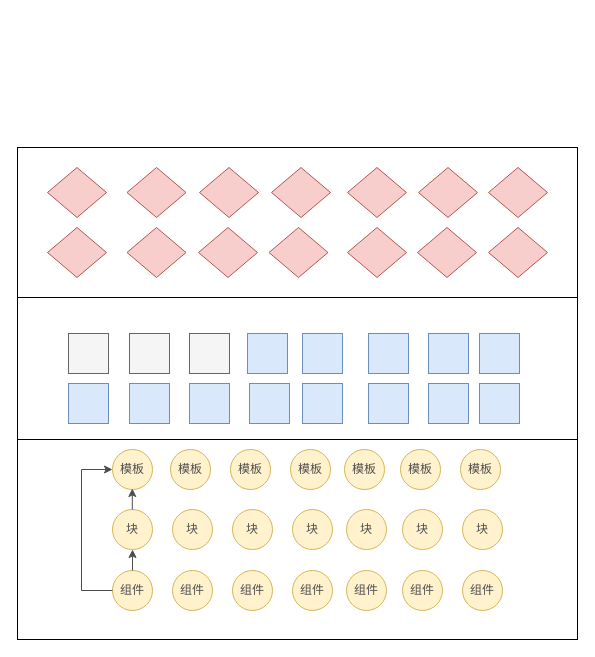
Above: 低代码—预期项目架构.drawio in tangyaosimida/love (draw.io), before the change. Source tidied: cells renumbered, new cells numbered last; positions are measured from the earlier drawing's top-left corner, leaving out a move shared by most shapes. Both pictures are drawn from the tidied source at 100%, with x=0, y=0 at pixel (17, 147).
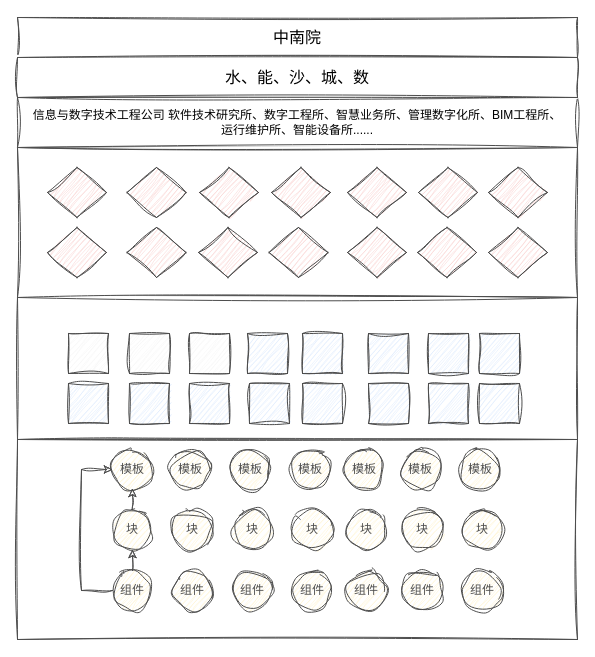
Above is the later version.

Commit message (it also covers changes not shown here):
更新低代码—预期项目架构.drawio

The edit, as a diff of the source:
```diff
@@
-    <mxCell id="2" style="rounded=0;whiteSpace=wrap;html=1;" parent="1" vertex="1">
+    <mxCell id="2" style="rounded=0;whiteSpace=wrap;html=1;strokeColor=#4D4D4D;sketch=1;curveFitting=1;jiggle=2;" parent="1" vertex="1">
       <mxGeometry y="292" width="560" height="200" as="geometry" />
     </mxCell>
-    <mxCell id="3" style="rounded=0;whiteSpace=wrap;html=1;" parent="1" vertex="1">
+    <mxCell id="3" style="rounded=0;whiteSpace=wrap;html=1;strokeColor=#4D4D4D;sketch=1;curveFitting=1;jiggle=2;" parent="1" vertex="1">
       <mxGeometry width="560" height="150" as="geometry" />
     </mxCell>
-    <mxCell id="4" style="rounded=0;whiteSpace=wrap;html=1;" parent="1" vertex="1">
+    <mxCell id="4" style="rounded=0;whiteSpace=wrap;html=1;strokeColor=#4D4D4D;sketch=1;curveFitting=1;jiggle=2;" parent="1" vertex="1">
       <mxGeometry y="150" width="560" height="142" as="geometry" />
     </mxCell>
-    <mxCell id="5" value="组件" style="ellipse;whiteSpace=wrap;html=1;fillColor=#fff2cc;strokeColor=#d6b656;fontColor=#4D4D4D;" parent="1" vertex="1">
+    <mxCell id="5" value="组件" style="ellipse;whiteSpace=wrap;html=1;fillColor=#fff2cc;strokeColor=#4D4D4D;fontColor=#4D4D4D;sketch=1;curveFitting=1;jiggle=2;" parent="1" vertex="1">
       <mxGeometry x="95" y="423" width="40" height="40" as="geometry" />
     </mxCell>
-    <mxCell id="6" value="组件" style="ellipse;whiteSpace=wrap;html=1;fillColor=#fff2cc;strokeColor=#d6b656;fontColor=#4D4D4D;" parent="1" vertex="1">
+    <mxCell id="6" value="组件" style="ellipse;whiteSpace=wrap;html=1;fillColor=#fff2cc;strokeColor=#4D4D4D;fontColor=#4D4D4D;sketch=1;curveFitting=1;jiggle=2;" parent="1" vertex="1">
       <mxGeometry x="155" y="423" width="40" height="40" as="geometry" />
     </mxCell>
-    <mxCell id="7" value="组件" style="ellipse;whiteSpace=wrap;html=1;fillColor=#fff2cc;strokeColor=#d6b656;fontColor=#4D4D4D;" parent="1" vertex="1">
+    <mxCell id="7" value="组件" style="ellipse;whiteSpace=wrap;html=1;fillColor=#fff2cc;strokeColor=#4D4D4D;fontColor=#4D4D4D;sketch=1;curveFitting=1;jiggle=2;" parent="1" vertex="1">
       <mxGeometry x="215" y="423" width="40" height="40" as="geometry" />
     </mxCell>
-    <mxCell id="8" value="组件" style="ellipse;whiteSpace=wrap;html=1;fillColor=#fff2cc;strokeColor=#d6b656;fontColor=#4D4D4D;" parent="1" vertex="1">
+    <mxCell id="8" value="组件" style="ellipse;whiteSpace=wrap;html=1;fillColor=#fff2cc;strokeColor=#4D4D4D;fontColor=#4D4D4D;sketch=1;curveFitting=1;jiggle=2;" parent="1" vertex="1">
       <mxGeometry x="275" y="423" width="40" height="40" as="geometry" />
     </mxCell>
-    <mxCell id="9" value="组件" style="ellipse;whiteSpace=wrap;html=1;fillColor=#fff2cc;strokeColor=#d6b656;fontColor=#4D4D4D;" parent="1" vertex="1">
+    <mxCell id="9" value="组件" style="ellipse;whiteSpace=wrap;html=1;fillColor=#fff2cc;strokeColor=#4D4D4D;fontColor=#4D4D4D;sketch=1;curveFitting=1;jiggle=2;" parent="1" vertex="1">
       <mxGeometry x="329" y="423" width="40" height="40" as="geometry" />
     </mxCell>
-    <mxCell id="10" value="组件" style="ellipse;whiteSpace=wrap;html=1;fillColor=#fff2cc;strokeColor=#d6b656;fontColor=#4D4D4D;" parent="1" vertex="1">
+    <mxCell id="10" value="组件" style="ellipse;whiteSpace=wrap;html=1;fillColor=#fff2cc;strokeColor=#4D4D4D;fontColor=#4D4D4D;sketch=1;curveFitting=1;jiggle=2;" parent="1" vertex="1">
       <mxGeometry x="385" y="423" width="40" height="40" as="geometry" />
     </mxCell>
-    <mxCell id="11" value="组件" style="ellipse;whiteSpace=wrap;html=1;fillColor=#fff2cc;strokeColor=#d6b656;fontColor=#4D4D4D;" parent="1" vertex="1">
+    <mxCell id="11" value="组件" style="ellipse;whiteSpace=wrap;html=1;fillColor=#fff2cc;strokeColor=#4D4D4D;fontColor=#4D4D4D;sketch=1;curveFitting=1;jiggle=2;" parent="1" vertex="1">
       <mxGeometry x="445" y="423" width="40" height="40" as="geometry" />
     </mxCell>
-    <mxCell id="12" value="块" style="ellipse;whiteSpace=wrap;html=1;fillColor=#fff2cc;strokeColor=#d6b656;fontColor=#4D4D4D;" parent="1" vertex="1">
+    <mxCell id="12" value="块" style="ellipse;whiteSpace=wrap;html=1;fillColor=#fff2cc;strokeColor=#4D4D4D;fontColor=#4D4D4D;sketch=1;curveFitting=1;jiggle=2;" parent="1" vertex="1">
       <mxGeometry x="95" y="362" width="40" height="40" as="geometry" />
     </mxCell>
-    <mxCell id="13" value="块" style="ellipse;whiteSpace=wrap;html=1;fillColor=#fff2cc;strokeColor=#d6b656;fontColor=#4D4D4D;" parent="1" vertex="1">
+    <mxCell id="13" value="块" style="ellipse;whiteSpace=wrap;html=1;fillColor=#fff2cc;strokeColor=#4D4D4D;fontColor=#4D4D4D;sketch=1;curveFitting=1;jiggle=2;" parent="1" vertex="1">
       <mxGeometry x="155" y="362" width="40" height="40" as="geometry" />
     </mxCell>
-    <mxCell id="14" value="块" style="ellipse;whiteSpace=wrap;html=1;fillColor=#fff2cc;strokeColor=#d6b656;fontColor=#4D4D4D;" parent="1" vertex="1">
+    <mxCell id="14" value="块" style="ellipse;whiteSpace=wrap;html=1;fillColor=#fff2cc;strokeColor=#4D4D4D;fontColor=#4D4D4D;sketch=1;curveFitting=1;jiggle=2;" parent="1" vertex="1">
       <mxGeometry x="215" y="362" width="40" height="40" as="geometry" />
     </mxCell>
-    <mxCell id="15" value="块" style="ellipse;whiteSpace=wrap;html=1;fillColor=#fff2cc;strokeColor=#d6b656;fontColor=#4D4D4D;" parent="1" vertex="1">
+    <mxCell id="15" value="块" style="ellipse;whiteSpace=wrap;html=1;fillColor=#fff2cc;strokeColor=#4D4D4D;fontColor=#4D4D4D;sketch=1;curveFitting=1;jiggle=2;" parent="1" vertex="1">
       <mxGeometry x="275" y="362" width="40" height="40" as="geometry" />
     </mxCell>
-    <mxCell id="16" value="块" style="ellipse;whiteSpace=wrap;html=1;fillColor=#fff2cc;strokeColor=#d6b656;fontColor=#4D4D4D;" parent="1" vertex="1">
+    <mxCell id="16" value="块" style="ellipse;whiteSpace=wrap;html=1;fillColor=#fff2cc;strokeColor=#4D4D4D;fontColor=#4D4D4D;sketch=1;curveFitting=1;jiggle=2;" parent="1" vertex="1">
       <mxGeometry x="329" y="362" width="40" height="40" as="geometry" />
     </mxCell>
-    <mxCell id="17" value="块" style="ellipse;whiteSpace=wrap;html=1;fillColor=#fff2cc;strokeColor=#d6b656;fontColor=#4D4D4D;" parent="1" vertex="1">
+    <mxCell id="17" value="块" style="ellipse;whiteSpace=wrap;html=1;fillColor=#fff2cc;strokeColor=#4D4D4D;fontColor=#4D4D4D;sketch=1;curveFitting=1;jiggle=2;" parent="1" vertex="1">
       <mxGeometry x="385" y="362" width="40" height="40" as="geometry" />
     </mxCell>
-    <mxCell id="18" value="块" style="ellipse;whiteSpace=wrap;html=1;fillColor=#fff2cc;strokeColor=#d6b656;fontColor=#4D4D4D;" parent="1" vertex="1">
+    <mxCell id="18" value="块" style="ellipse;whiteSpace=wrap;html=1;fillColor=#fff2cc;strokeColor=#4D4D4D;fontColor=#4D4D4D;sketch=1;curveFitting=1;jiggle=2;" parent="1" vertex="1">
       <mxGeometry x="445" y="362" width="40" height="40" as="geometry" />
     </mxCell>
-    <mxCell id="19" value="模板" style="ellipse;whiteSpace=wrap;html=1;fillColor=#fff2cc;strokeColor=#d6b656;fontColor=#4D4D4D;" parent="1" vertex="1">
+    <mxCell id="19" value="模板" style="ellipse;whiteSpace=wrap;html=1;fillColor=#fff2cc;strokeColor=#4D4D4D;fontColor=#4D4D4D;sketch=1;curveFitting=1;jiggle=2;" parent="1" vertex="1">
       <mxGeometry x="95" y="302" width="40" height="40" as="geometry" />
     </mxCell>
-    <mxCell id="20" value="模板" style="ellipse;whiteSpace=wrap;html=1;fillColor=#fff2cc;strokeColor=#d6b656;fontColor=#4D4D4D;" parent="1" vertex="1">
+    <mxCell id="20" value="模板" style="ellipse;whiteSpace=wrap;html=1;fillColor=#fff2cc;strokeColor=#4D4D4D;fontColor=#4D4D4D;sketch=1;curveFitting=1;jiggle=2;" parent="1" vertex="1">
       <mxGeometry x="153" y="302" width="40" height="40" as="geometry" />
     </mxCell>
-    <mxCell id="21" value="模板" style="ellipse;whiteSpace=wrap;html=1;fillColor=#fff2cc;strokeColor=#d6b656;fontColor=#4D4D4D;" parent="1" vertex="1">
+    <mxCell id="21" value="模板" style="ellipse;whiteSpace=wrap;html=1;fillColor=#fff2cc;strokeColor=#4D4D4D;fontColor=#4D4D4D;sketch=1;curveFitting=1;jiggle=2;" parent="1" vertex="1">
       <mxGeometry x="213" y="302" width="40" height="40" as="geometry" />
     </mxCell>
-    <mxCell id="22" value="模板" style="ellipse;whiteSpace=wrap;html=1;fillColor=#fff2cc;strokeColor=#d6b656;fontColor=#4D4D4D;" parent="1" vertex="1">
+    <mxCell id="22" value="模板" style="ellipse;whiteSpace=wrap;html=1;fillColor=#fff2cc;strokeColor=#4D4D4D;fontColor=#4D4D4D;sketch=1;curveFitting=1;jiggle=2;" parent="1" vertex="1">
       <mxGeometry x="273" y="302" width="40" height="40" as="geometry" />
     </mxCell>
-    <mxCell id="23" value="模板" style="ellipse;whiteSpace=wrap;html=1;fillColor=#fff2cc;strokeColor=#d6b656;fontColor=#4D4D4D;" parent="1" vertex="1">
+    <mxCell id="23" value="模板" style="ellipse;whiteSpace=wrap;html=1;fillColor=#fff2cc;strokeColor=#4D4D4D;fontColor=#4D4D4D;sketch=1;curveFitting=1;jiggle=2;" parent="1" vertex="1">
       <mxGeometry x="327" y="302" width="40" height="40" as="geometry" />
     </mxCell>
-    <mxCell id="24" value="模板" style="ellipse;whiteSpace=wrap;html=1;fillColor=#fff2cc;strokeColor=#d6b656;fontColor=#4D4D4D;" parent="1" vertex="1">
+    <mxCell id="24" value="模板" style="ellipse;whiteSpace=wrap;html=1;fillColor=#fff2cc;strokeColor=#4D4D4D;fontColor=#4D4D4D;sketch=1;curveFitting=1;jiggle=2;" parent="1" vertex="1">
       <mxGeometry x="383" y="302" width="40" height="40" as="geometry" />
     </mxCell>
-    <mxCell id="25" value="模板" style="ellipse;whiteSpace=wrap;html=1;fillColor=#fff2cc;strokeColor=#d6b656;fontColor=#4D4D4D;" parent="1" vertex="1">
+    <mxCell id="25" value="模板" style="ellipse;whiteSpace=wrap;html=1;fillColor=#fff2cc;strokeColor=#4D4D4D;fontColor=#4D4D4D;sketch=1;curveFitting=1;jiggle=2;" parent="1" vertex="1">
       <mxGeometry x="443" y="302" width="40" height="40" as="geometry" />
     </mxCell>
-    <mxCell id="26" style="whiteSpace=wrap;html=1;fillColor=#f5f5f5;fontColor=#333333;strokeColor=#666666;" parent="1" vertex="1">
+    <mxCell id="26" style="whiteSpace=wrap;html=1;fillColor=#f5f5f5;fontColor=#333333;strokeColor=#4D4D4D;sketch=1;curveFitting=1;jiggle=2;" parent="1" vertex="1">
       <mxGeometry x="51" y="186" width="40" height="40" as="geometry" />
     </mxCell>
-    <mxCell id="27" style="whiteSpace=wrap;html=1;fillColor=#f5f5f5;fontColor=#333333;strokeColor=#666666;" parent="1" vertex="1">
+    <mxCell id="27" style="whiteSpace=wrap;html=1;fillColor=#f5f5f5;fontColor=#333333;strokeColor=#4D4D4D;sketch=1;curveFitting=1;jiggle=2;" parent="1" vertex="1">
       <mxGeometry x="112" y="186" width="40" height="40" as="geometry" />
     </mxCell>
-    <mxCell id="28" style="whiteSpace=wrap;html=1;fillColor=#f5f5f5;fontColor=#333333;strokeColor=#666666;" parent="1" vertex="1">
+    <mxCell id="28" style="whiteSpace=wrap;html=1;fillColor=#f5f5f5;fontColor=#333333;strokeColor=#4D4D4D;sketch=1;curveFitting=1;jiggle=2;" parent="1" vertex="1">
       <mxGeometry x="172" y="186" width="40" height="40" as="geometry" />
     </mxCell>
-    <mxCell id="29" style="whiteSpace=wrap;html=1;fillColor=#dae8fc;strokeColor=#6c8ebf;" parent="1" vertex="1">
+    <mxCell id="29" style="whiteSpace=wrap;html=1;fillColor=#dae8fc;strokeColor=#4D4D4D;sketch=1;curveFitting=1;jiggle=2;" parent="1" vertex="1">
       <mxGeometry x="230" y="186" width="40" height="40" as="geometry" />
     </mxCell>
-    <mxCell id="30" style="whiteSpace=wrap;html=1;fillColor=#dae8fc;strokeColor=#6c8ebf;" parent="1" vertex="1">
+    <mxCell id="30" style="whiteSpace=wrap;html=1;fillColor=#dae8fc;strokeColor=#4D4D4D;sketch=1;curveFitting=1;jiggle=2;" parent="1" vertex="1">
       <mxGeometry x="285" y="186" width="40" height="40" as="geometry" />
     </mxCell>
-    <mxCell id="31" style="whiteSpace=wrap;html=1;fillColor=#dae8fc;strokeColor=#6c8ebf;" parent="1" vertex="1">
+    <mxCell id="31" style="whiteSpace=wrap;html=1;fillColor=#dae8fc;strokeColor=#4D4D4D;sketch=1;curveFitting=1;jiggle=2;" parent="1" vertex="1">
       <mxGeometry x="351" y="186" width="40" height="40" as="geometry" />
     </mxCell>
-    <mxCell id="32" style="whiteSpace=wrap;html=1;fillColor=#dae8fc;strokeColor=#6c8ebf;" parent="1" vertex="1">
+    <mxCell id="32" style="whiteSpace=wrap;html=1;fillColor=#dae8fc;strokeColor=#4D4D4D;sketch=1;curveFitting=1;jiggle=2;" parent="1" vertex="1">
       <mxGeometry x="411" y="186" width="40" height="40" as="geometry" />
     </mxCell>
-    <mxCell id="33" style="whiteSpace=wrap;html=1;fillColor=#dae8fc;strokeColor=#6c8ebf;" parent="1" vertex="1">
+    <mxCell id="33" style="whiteSpace=wrap;html=1;fillColor=#dae8fc;strokeColor=#4D4D4D;sketch=1;curveFitting=1;jiggle=2;" parent="1" vertex="1">
       <mxGeometry x="462" y="186" width="40" height="40" as="geometry" />
     </mxCell>
-    <mxCell id="34" style="whiteSpace=wrap;html=1;fillColor=#dae8fc;strokeColor=#6c8ebf;" parent="1" vertex="1">
+    <mxCell id="34" style="whiteSpace=wrap;html=1;fillColor=#dae8fc;strokeColor=#4D4D4D;sketch=1;curveFitting=1;jiggle=2;" parent="1" vertex="1">
       <mxGeometry x="51" y="236" width="40" height="40" as="geometry" />
     </mxCell>
-    <mxCell id="35" style="whiteSpace=wrap;html=1;fillColor=#dae8fc;strokeColor=#6c8ebf;" parent="1" vertex="1">
+    <mxCell id="35" style="whiteSpace=wrap;html=1;fillColor=#dae8fc;strokeColor=#4D4D4D;sketch=1;curveFitting=1;jiggle=2;" parent="1" vertex="1">
       <mxGeometry x="112" y="236" width="40" height="40" as="geometry" />
     </mxCell>
-    <mxCell id="36" style="whiteSpace=wrap;html=1;fillColor=#dae8fc;strokeColor=#6c8ebf;" parent="1" vertex="1">
+    <mxCell id="36" style="whiteSpace=wrap;html=1;fillColor=#dae8fc;strokeColor=#4D4D4D;sketch=1;curveFitting=1;jiggle=2;" parent="1" vertex="1">
       <mxGeometry x="172" y="236" width="40" height="40" as="geometry" />
     </mxCell>
-    <mxCell id="37" style="whiteSpace=wrap;html=1;fillColor=#dae8fc;strokeColor=#6c8ebf;" parent="1" vertex="1">
+    <mxCell id="37" style="whiteSpace=wrap;html=1;fillColor=#dae8fc;strokeColor=#4D4D4D;sketch=1;curveFitting=1;jiggle=2;" parent="1" vertex="1">
       <mxGeometry x="232" y="236" width="40" height="40" as="geometry" />
     </mxCell>
-    <mxCell id="38" style="whiteSpace=wrap;html=1;fillColor=#dae8fc;strokeColor=#6c8ebf;" parent="1" vertex="1">
+    <mxCell id="38" style="whiteSpace=wrap;html=1;fillColor=#dae8fc;strokeColor=#4D4D4D;sketch=1;curveFitting=1;jiggle=2;" parent="1" vertex="1">
       <mxGeometry x="285" y="236" width="40" height="40" as="geometry" />
     </mxCell>
-    <mxCell id="39" style="whiteSpace=wrap;html=1;fillColor=#dae8fc;strokeColor=#6c8ebf;" parent="1" vertex="1">
+    <mxCell id="39" style="whiteSpace=wrap;html=1;fillColor=#dae8fc;strokeColor=#4D4D4D;sketch=1;curveFitting=1;jiggle=2;" parent="1" vertex="1">
       <mxGeometry x="351" y="236" width="40" height="40" as="geometry" />
     </mxCell>
-    <mxCell id="40" style="whiteSpace=wrap;html=1;fillColor=#dae8fc;strokeColor=#6c8ebf;" parent="1" vertex="1">
+    <mxCell id="40" style="whiteSpace=wrap;html=1;fillColor=#dae8fc;strokeColor=#4D4D4D;sketch=1;curveFitting=1;jiggle=2;" parent="1" vertex="1">
       <mxGeometry x="411" y="236" width="40" height="40" as="geometry" />
     </mxCell>
-    <mxCell id="41" style="whiteSpace=wrap;html=1;fillColor=#dae8fc;strokeColor=#6c8ebf;" parent="1" vertex="1">
+    <mxCell id="41" style="whiteSpace=wrap;html=1;fillColor=#dae8fc;strokeColor=#4D4D4D;sketch=1;curveFitting=1;jiggle=2;" parent="1" vertex="1">
       <mxGeometry x="462" y="236" width="40" height="40" as="geometry" />
     </mxCell>
-    <mxCell id="42" style="rhombus;whiteSpace=wrap;html=1;fillColor=#f8cecc;strokeColor=#b85450;" parent="1" vertex="1">
+    <mxCell id="42" style="rhombus;whiteSpace=wrap;html=1;fillColor=#f8cecc;strokeColor=#4D4D4D;sketch=1;curveFitting=1;jiggle=2;" parent="1" vertex="1">
       <mxGeometry x="30" y="20" width="59" height="50" as="geometry" />
     </mxCell>
-    <mxCell id="43" style="rhombus;whiteSpace=wrap;html=1;fillColor=#f8cecc;strokeColor=#b85450;" parent="1" vertex="1">
+    <mxCell id="43" style="rhombus;whiteSpace=wrap;html=1;fillColor=#f8cecc;strokeColor=#4D4D4D;sketch=1;curveFitting=1;jiggle=2;" parent="1" vertex="1">
       <mxGeometry x="182" y="20" width="59" height="50" as="geometry" />
     </mxCell>
-    <mxCell id="44" style="rhombus;whiteSpace=wrap;html=1;fillColor=#f8cecc;strokeColor=#b85450;" parent="1" vertex="1">
+    <mxCell id="44" style="rhombus;whiteSpace=wrap;html=1;fillColor=#f8cecc;strokeColor=#4D4D4D;sketch=1;curveFitting=1;jiggle=2;" parent="1" vertex="1">
       <mxGeometry x="109.5" y="20" width="59" height="50" as="geometry" />
     </mxCell>
-    <mxCell id="45" style="rhombus;whiteSpace=wrap;html=1;fillColor=#f8cecc;strokeColor=#b85450;" parent="1" vertex="1">
+    <mxCell id="45" style="rhombus;whiteSpace=wrap;html=1;fillColor=#f8cecc;strokeColor=#4D4D4D;sketch=1;curveFitting=1;jiggle=2;" parent="1" vertex="1">
       <mxGeometry x="254" y="20" width="59" height="50" as="geometry" />
     </mxCell>
-    <mxCell id="46" style="rhombus;whiteSpace=wrap;html=1;fillColor=#f8cecc;strokeColor=#b85450;" parent="1" vertex="1">
+    <mxCell id="46" style="rhombus;whiteSpace=wrap;html=1;fillColor=#f8cecc;strokeColor=#4D4D4D;sketch=1;curveFitting=1;jiggle=2;" parent="1" vertex="1">
       <mxGeometry x="330" y="20" width="59" height="50" as="geometry" />
     </mxCell>
-    <mxCell id="47" style="rhombus;whiteSpace=wrap;html=1;fillColor=#f8cecc;strokeColor=#b85450;" parent="1" vertex="1">
+    <mxCell id="47" style="rhombus;whiteSpace=wrap;html=1;fillColor=#f8cecc;strokeColor=#4D4D4D;sketch=1;curveFitting=1;jiggle=2;" parent="1" vertex="1">
       <mxGeometry x="401" y="20" width="59" height="50" as="geometry" />
     </mxCell>
-    <mxCell id="48" style="rhombus;whiteSpace=wrap;html=1;fillColor=#f8cecc;strokeColor=#b85450;" parent="1" vertex="1">
+    <mxCell id="48" style="rhombus;whiteSpace=wrap;html=1;fillColor=#f8cecc;strokeColor=#4D4D4D;sketch=1;curveFitting=1;jiggle=2;" parent="1" vertex="1">
       <mxGeometry x="471" y="20" width="59" height="50" as="geometry" />
     </mxCell>
-    <mxCell id="49" style="rhombus;whiteSpace=wrap;html=1;fontStyle=1;fillColor=#f8cecc;strokeColor=#b85450;" parent="1" vertex="1">
+    <mxCell id="49" style="rhombus;whiteSpace=wrap;html=1;fontStyle=1;fillColor=#f8cecc;strokeColor=#4D4D4D;sketch=1;curveFitting=1;jiggle=2;" parent="1" vertex="1">
       <mxGeometry x="30" y="80" width="59" height="50" as="geometry" />
     </mxCell>
-    <mxCell id="50" style="rhombus;whiteSpace=wrap;html=1;fillColor=#f8cecc;strokeColor=#b85450;" parent="1" vertex="1">
+    <mxCell id="50" style="rhombus;whiteSpace=wrap;html=1;fillColor=#f8cecc;strokeColor=#4D4D4D;sketch=1;curveFitting=1;jiggle=2;" parent="1" vertex="1">
       <mxGeometry x="109.5" y="80" width="59" height="50" as="geometry" />
     </mxCell>
-    <mxCell id="51" style="rhombus;whiteSpace=wrap;html=1;fillColor=#f8cecc;strokeColor=#b85450;" parent="1" vertex="1">
+    <mxCell id="51" style="rhombus;whiteSpace=wrap;html=1;fillColor=#f8cecc;strokeColor=#4D4D4D;sketch=1;curveFitting=1;jiggle=2;" parent="1" vertex="1">
       <mxGeometry x="181" y="80" width="59" height="50" as="geometry" />
     </mxCell>
-    <mxCell id="52" style="rhombus;whiteSpace=wrap;html=1;fillColor=#f8cecc;strokeColor=#b85450;" parent="1" vertex="1">
+    <mxCell id="52" style="rhombus;whiteSpace=wrap;html=1;fillColor=#f8cecc;strokeColor=#4D4D4D;sketch=1;curveFitting=1;jiggle=2;" parent="1" vertex="1">
       <mxGeometry x="251.5" y="80" width="59" height="50" as="geometry" />
     </mxCell>
-    <mxCell id="53" style="rhombus;whiteSpace=wrap;html=1;fillColor=#f8cecc;strokeColor=#b85450;" parent="1" vertex="1">
+    <mxCell id="53" style="rhombus;whiteSpace=wrap;html=1;fillColor=#f8cecc;strokeColor=#4D4D4D;sketch=1;curveFitting=1;jiggle=2;" parent="1" vertex="1">
       <mxGeometry x="330" y="80" width="59" height="50" as="geometry" />
     </mxCell>
-    <mxCell id="54" style="rhombus;whiteSpace=wrap;html=1;fillColor=#f8cecc;strokeColor=#b85450;" parent="1" vertex="1">
+    <mxCell id="54" style="rhombus;whiteSpace=wrap;html=1;fillColor=#f8cecc;strokeColor=#4D4D4D;sketch=1;curveFitting=1;jiggle=2;" parent="1" vertex="1">
       <mxGeometry x="400" y="80" width="59" height="50" as="geometry" />
     </mxCell>
-    <mxCell id="55" style="rhombus;whiteSpace=wrap;html=1;fillColor=#f8cecc;strokeColor=#b85450;" parent="1" vertex="1">
+    <mxCell id="55" style="rhombus;whiteSpace=wrap;html=1;fillColor=#f8cecc;strokeColor=#4D4D4D;sketch=1;curveFitting=1;jiggle=2;" parent="1" vertex="1">
       <mxGeometry x="471" y="80" width="59" height="50" as="geometry" />
     </mxCell>
-    <mxCell id="56" style="endArrow=classic;html=1;rounded=0;entryX=0.5;entryY=1;entryDx=0;entryDy=0;exitX=0.5;exitY=0;exitDx=0;exitDy=0;fontColor=#4D4D4D;strokeColor=#4D4D4D;" parent="1" edge="1" source="5" target="12">
+    <mxCell id="56" style="endArrow=classic;html=1;rounded=0;entryX=0.5;entryY=1;entryDx=0;entryDy=0;exitX=0.5;exitY=0;exitDx=0;exitDy=0;fontColor=#4D4D4D;strokeColor=#4D4D4D;sketch=1;curveFitting=1;jiggle=2;" parent="1" edge="1" source="5" target="12">
       <mxGeometry relative="1" as="geometry" />
     </mxCell>
-    <mxCell id="57" style="endArrow=classic;html=1;rounded=0;entryX=0.5;entryY=1;entryDx=0;entryDy=0;exitX=0.5;exitY=0;exitDx=0;exitDy=0;fontColor=#4D4D4D;strokeColor=#4D4D4D;" parent="1" edge="1">
+    <mxCell id="57" style="endArrow=classic;html=1;rounded=0;entryX=0.5;entryY=1;entryDx=0;entryDy=0;exitX=0.5;exitY=0;exitDx=0;exitDy=0;fontColor=#4D4D4D;strokeColor=#4D4D4D;sketch=1;curveFitting=1;jiggle=2;" parent="1" edge="1">
       <mxGeometry relative="1" as="geometry">
         <mxPoint x="114.8" y="362" as="sourcePoint" />
         <mxPoint x="114.8" y="341" as="targetPoint" />
       </mxGeometry>
     </mxCell>
-    <mxCell id="58" style="endArrow=classic;html=1;rounded=0;entryX=0;entryY=0.5;entryDx=0;entryDy=0;fontColor=#4D4D4D;strokeColor=#4D4D4D;" parent="1" edge="1" target="19">
+    <mxCell id="58" style="endArrow=classic;html=1;rounded=0;entryX=0;entryY=0.5;entryDx=0;entryDy=0;fontColor=#4D4D4D;strokeColor=#4D4D4D;sketch=1;curveFitting=1;jiggle=2;" parent="1" edge="1" target="19">
       <mxGeometry relative="1" as="geometry">
         <mxPoint x="95" y="443" as="sourcePoint" />
         <Array as="points">
           <mxPoint x="64" y="443" />
           <mxPoint x="64" y="322" />
         </Array>
       </mxGeometry>
     </mxCell>
+    <mxCell id="59" style="rounded=0;whiteSpace=wrap;html=1;strokeColor=#4D4D4D;sketch=1;curveFitting=1;jiggle=2;" parent="1" vertex="1">
+      <mxGeometry y="-50" width="560" height="50" as="geometry" />
+    </mxCell>
+    <mxCell id="60" value="&lt;font style=&quot;font-size: 16px;&quot;&gt;中南院&lt;/font&gt;" style="rounded=0;whiteSpace=wrap;html=1;strokeColor=#4D4D4D;sketch=1;curveFitting=1;jiggle=2;" parent="1" vertex="1">
+      <mxGeometry y="-130" width="560" height="40" as="geometry" />
+    </mxCell>
+    <mxCell id="61" value="信息与数字技术工程公司 软件技术研究所、数字工程所、智慧业务所、管理数字化所、BIM工程所、运行维护所、智能设备所......" style="text;html=1;strokeColor=none;fillColor=none;align=center;verticalAlign=middle;whiteSpace=wrap;rounded=0;sketch=1;curveFitting=1;jiggle=2;" parent="1" vertex="1">
+      <mxGeometry x="10" y="-40" width="540" height="30" as="geometry" />
+    </mxCell>
+    <mxCell id="62" value="&lt;font style=&quot;font-size: 16px;&quot;&gt;水、能、沙、城、数&lt;/font&gt;" style="rounded=0;whiteSpace=wrap;html=1;strokeColor=#4D4D4D;sketch=1;curveFitting=1;jiggle=2;" parent="1" vertex="1">
+      <mxGeometry y="-90" width="560" height="40" as="geometry" />
+    </mxCell>
```
